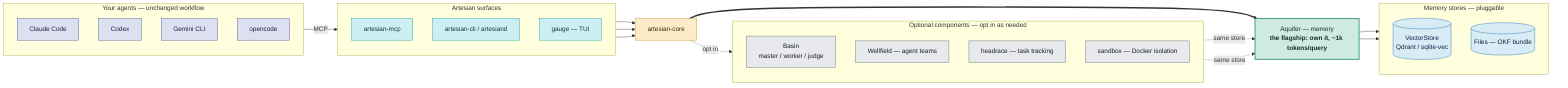
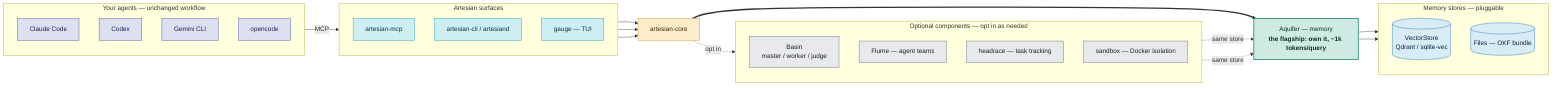
flowchart LR
  subgraph agents["Your agents — unchanged workflow"]
    direction TB
    CC[Claude Code]:::agent
    CX[Codex]:::agent
    GM[Gemini CLI]:::agent
    OC[opencode]:::agent
  end

  subgraph surfaces["Artesian surfaces"]
    direction TB
    MCP[artesian-mcp]:::surface
    CLI["artesian-cli / artesiand"]:::surface
    TUI["gauge — TUI"]:::surface
  end

  CORE[artesian-core]:::core

  MEM["Aquifer — memory<br/><b>the flagship: own it, ~1k tokens/query</b>"]:::flagship

  subgraph stores["Memory stores — pluggable"]
    direction TB
    VS[("VectorStore<br/>Qdrant / sqlite-vec")]:::store
    FB[("Files — OKF bundle")]:::store
  end

  subgraph opt["Optional components — opt in as needed"]
    direction TB
    ORCH["Basin<br/>master / worker / judge"]:::cap
-     TEAMS["Wellfield — agent teams"]:::cap
+     TEAMS["Flume — agent teams"]:::cap
    TASKS["headrace — task tracking"]:::cap
    SBX["sandbox — Docker isolation"]:::cap
  end

  agents -->|MCP| MCP
  MCP --> CORE
  CLI --> CORE
  TUI --> CORE
  CORE ==> MEM
  MEM --> VS
  MEM --> FB
  CORE -.->|opt in| opt
  ORCH -.->|same store| MEM
  TEAMS -.->|same store| MEM

  classDef agent    fill:#dde0f0,stroke:#3b4a96,color:#1a1f4a;
  classDef surface  fill:#cdeef2,stroke:#0f9aa8,color:#073740;
  classDef core     fill:#fcecc9,stroke:#c98a1e,color:#3d2700;
  classDef flagship fill:#cfeae3,stroke:#1f8a70,color:#0b3020,stroke-width:2px;
  classDef cap      fill:#e7e9ec,stroke:#5b6770,color:#1a1f24;
  classDef store    fill:#d7ecf5,stroke:#1b6ca8,color:#082040;
